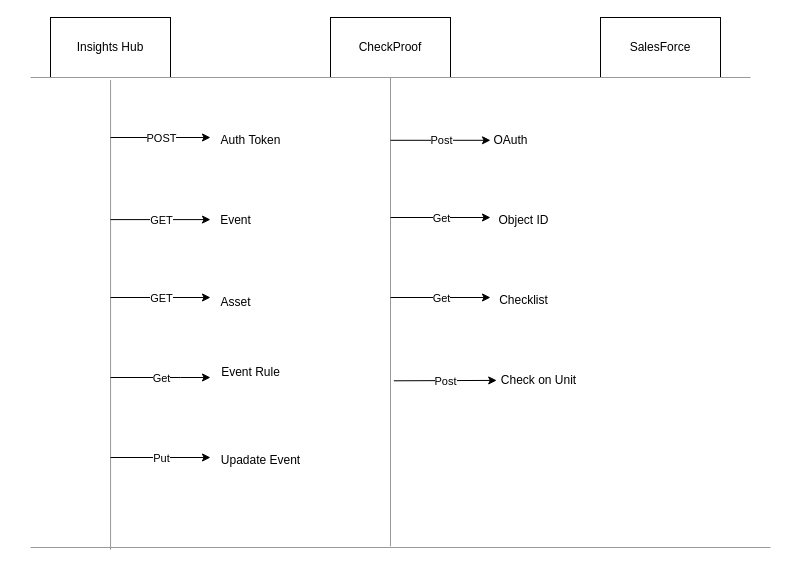
Earlier version of the draw.io diagram LLD.drawio (karthick-ridgeback/test). Source tidied: cells renumbered, new cells numbered last; positions are measured from the earlier drawing's top-left corner, leaving out a move shared by most shapes. Both pictures are drawn from the tidied source at 100%, with x=0, y=0 at pixel (-125, 17).
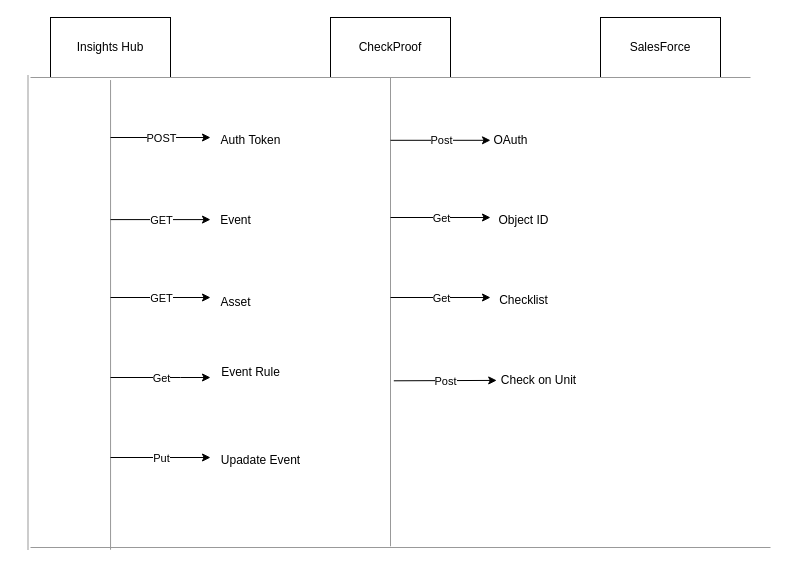
After the change.

Diff of the diagram source:
```diff
@@
+    <mxCell id="37" style="verticalLabelPosition=bottom;shadow=0;dashed=0;align=center;html=1;verticalAlign=top;strokeWidth=1;shape=mxgraph.mockup.markup.line;strokeColor=#999999;rotation=90;" parent="1" vertex="1">
+      <mxGeometry x="-85" y="285" width="475" height="20" as="geometry" />
+    </mxCell>
```
